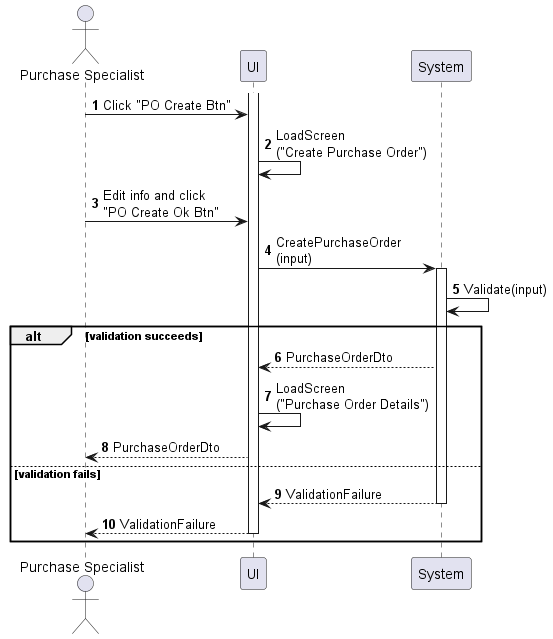
Before: sequences/purchase-order-create.png, a diagram exported from PlantUML (phihungha/scmss-reqs).
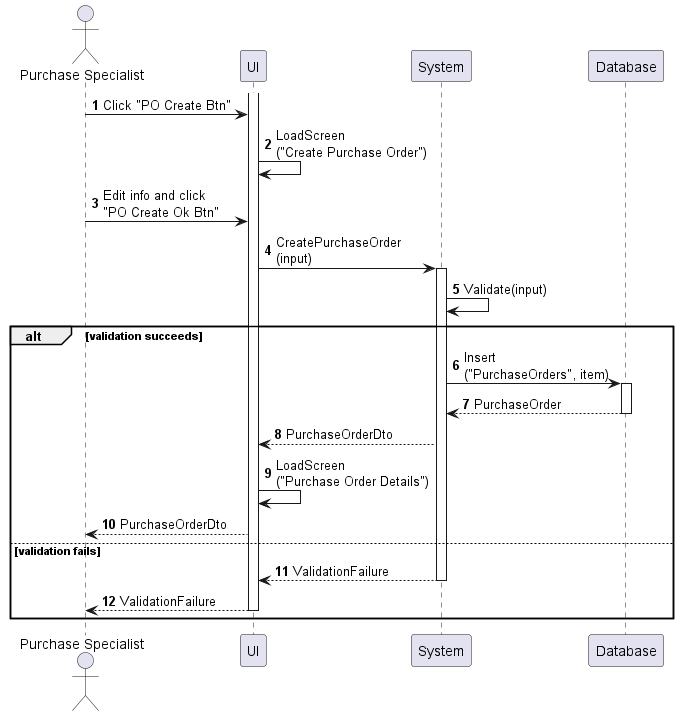
The same diagram one commit later.

What changed in the source:
```diff
@@ -4,6 +4,7 @@
 actor "Purchase Specialist" as a
 participant UI as f
 participant System as b
+participant Database as d
 
 activate f
 a -> f : Click "PO Create Btn"
@@ -14,6 +15,9 @@
 b -> b : Validate(input)
 
 alt validation succeeds
+    b -> d : Insert\n("PurchaseOrders", item)
+    activate d
+    return PurchaseOrder
     b --> f : PurchaseOrderDto
     f -> f : LoadScreen\n("Purchase Order Details")
     f --> a : PurchaseOrderDto
```
